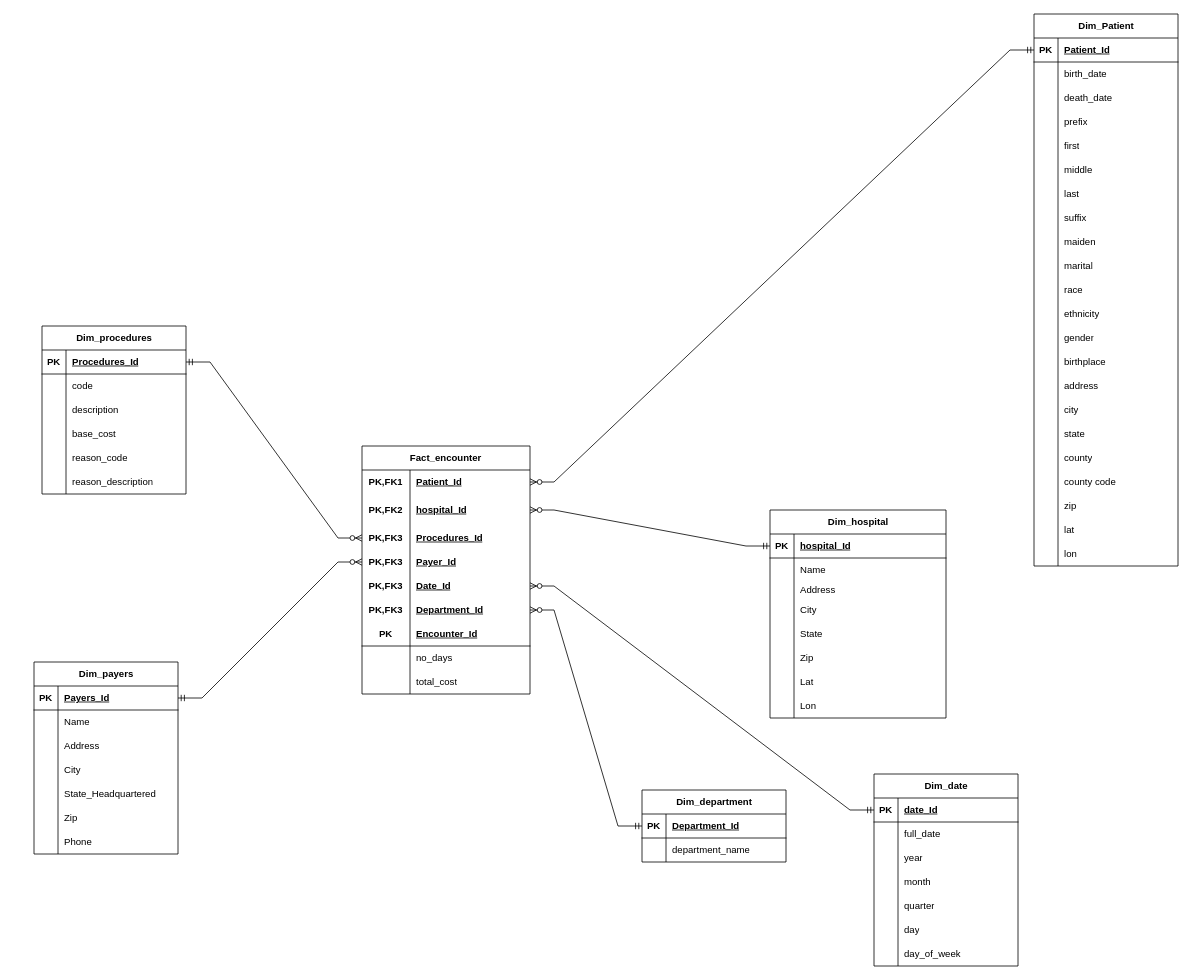
The draw.io diagram CA1_StarSchema.drawio in avira237/data-storage, before the edit. Source tidied: cells renumbered, new cells numbered last; positions are measured from the earlier drawing's top-left corner, leaving out a move shared by most shapes. Both pictures are drawn from the tidied source at 80%, with x=0, y=0 at pixel (34, 14).
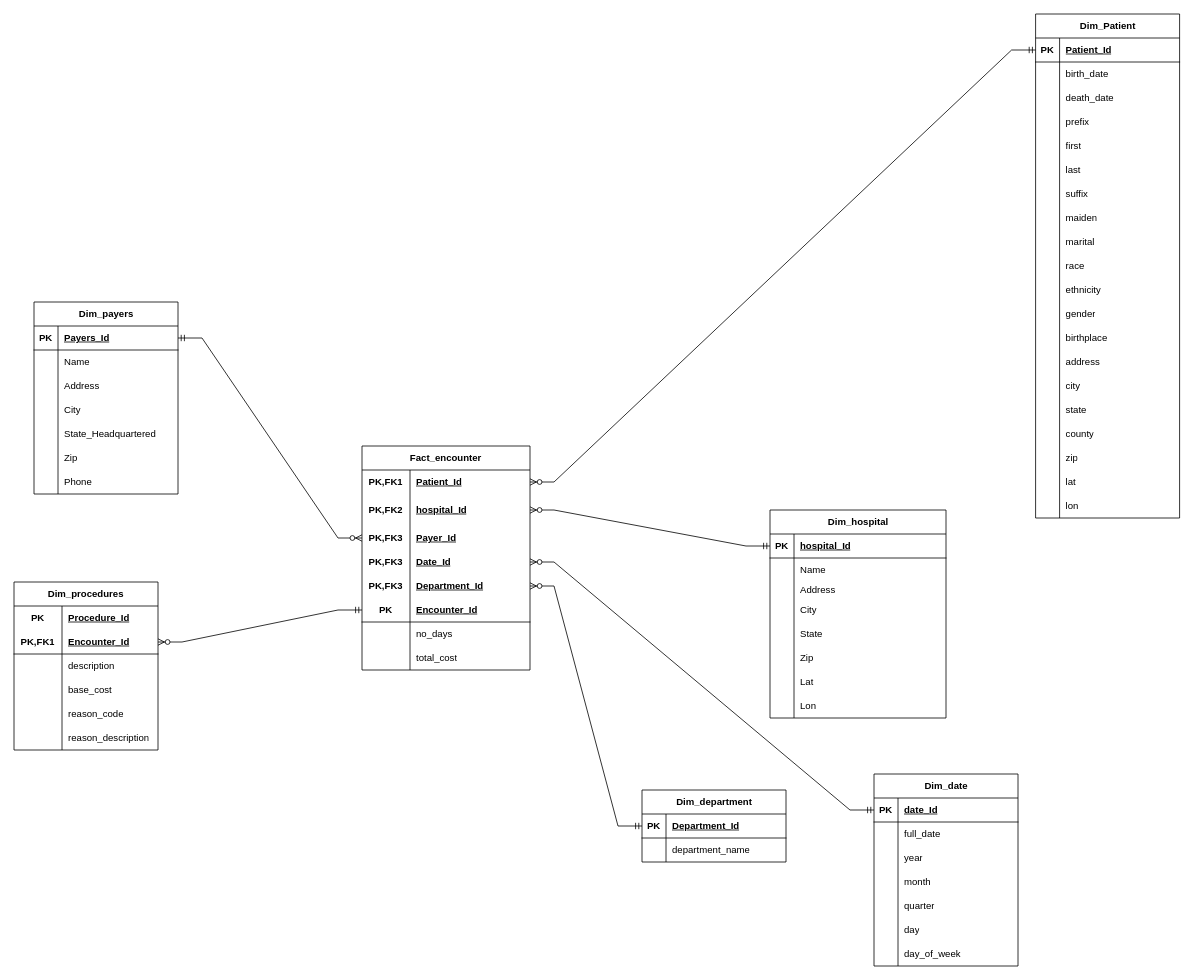
Above is the later version.

What changed in the source:
```diff
@@
-    <mxCell id="2" value="Dim_procedures" style="shape=table;startSize=30;childLayout=tableLayout;rowLines=0;fontStyle=1;align=center;html=1;" parent="1" vertex="1">
-      <mxGeometry x="10" y="390" width="180" height="210" as="geometry" />
-    </mxCell>
-    <mxCell id="3" style="shape=tableRow;horizontal=0;startSize=0;swimlaneHead=0;swimlaneBody=0;fillColor=none;points=[[0,0.5],[1,0.5]];portConstraint=eastwest;top=0;left=0;right=0;bottom=1;" parent="2" vertex="1">
-      <mxGeometry y="30" width="180" height="30" as="geometry" />
-    </mxCell>
-    <mxCell id="4" value="PK" style="shape=partialRectangle;fillColor=none;top=0;left=0;bottom=0;right=0;fontStyle=1;overflow=hidden;whiteSpace=wrap;html=1;" parent="3" vertex="1">
-      <mxGeometry width="30" height="30" as="geometry" />
-    </mxCell>
-    <mxCell id="5" value="Procedures_Id" style="shape=partialRectangle;fillColor=none;top=0;left=0;bottom=0;right=0;align=left;spacingLeft=6;fontStyle=5;overflow=hidden;whiteSpace=wrap;html=1;" parent="3" vertex="1">
-      <mxGeometry x="30" width="150" height="30" as="geometry" />
-    </mxCell>
-    <mxCell id="6" style="shape=tableRow;horizontal=0;startSize=0;swimlaneHead=0;swimlaneBody=0;fillColor=none;top=0;left=0;right=0;bottom=0;" parent="2" vertex="1">
-      <mxGeometry y="60" width="180" height="30" as="geometry" />
-    </mxCell>
-    <mxCell id="7" style="shape=partialRectangle;fillColor=none;top=0;left=0;bottom=0;right=0;overflow=hidden;whiteSpace=wrap;html=1;" parent="6" vertex="1">
-      <mxGeometry width="30" height="30" as="geometry" />
-    </mxCell>
-    <mxCell id="8" value="code" style="shape=partialRectangle;fillColor=none;top=0;left=0;bottom=0;right=0;align=left;spacingLeft=6;overflow=hidden;whiteSpace=wrap;html=1;" parent="6" vertex="1">
-      <mxGeometry x="30" width="150" height="30" as="geometry" />
-    </mxCell>
-    <mxCell id="9" style="shape=tableRow;horizontal=0;startSize=0;swimlaneHead=0;swimlaneBody=0;fillColor=none;top=0;left=0;right=0;bottom=0;" parent="2" vertex="1">
-      <mxGeometry y="90" width="180" height="30" as="geometry" />
-    </mxCell>
-    <mxCell id="10" style="shape=partialRectangle;fillColor=none;top=0;left=0;bottom=0;right=0;overflow=hidden;whiteSpace=wrap;html=1;" parent="9" vertex="1">
-      <mxGeometry width="30" height="30" as="geometry" />
-    </mxCell>
-    <mxCell id="11" value="description" style="shape=partialRectangle;fillColor=none;top=0;left=0;bottom=0;right=0;align=left;spacingLeft=6;overflow=hidden;whiteSpace=wrap;html=1;" parent="9" vertex="1">
-      <mxGeometry x="30" width="150" height="30" as="geometry" />
-    </mxCell>
-    <mxCell id="12" style="shape=tableRow;horizontal=0;startSize=0;swimlaneHead=0;swimlaneBody=0;fillColor=none;top=0;left=0;right=0;bottom=0;" parent="2" vertex="1">
-      <mxGeometry y="120" width="180" height="30" as="geometry" />
-    </mxCell>
-    <mxCell id="13" style="shape=partialRectangle;fillColor=none;top=0;left=0;bottom=0;right=0;overflow=hidden;whiteSpace=wrap;html=1;" parent="12" vertex="1">
-      <mxGeometry width="30" height="30" as="geometry" />
-    </mxCell>
-    <mxCell id="14" value="base_cost" style="shape=partialRectangle;fillColor=none;top=0;left=0;bottom=0;right=0;align=left;spacingLeft=6;overflow=hidden;whiteSpace=wrap;html=1;" parent="12" vertex="1">
-      <mxGeometry x="30" width="150" height="30" as="geometry" />
-    </mxCell>
-    <mxCell id="15" style="shape=tableRow;horizontal=0;startSize=0;swimlaneHead=0;swimlaneBody=0;fillColor=none;top=0;left=0;right=0;bottom=0;" parent="2" vertex="1">
-      <mxGeometry y="150" width="180" height="30" as="geometry" />
-    </mxCell>
-    <mxCell id="16" style="shape=partialRectangle;fillColor=none;top=0;left=0;bottom=0;right=0;overflow=hidden;whiteSpace=wrap;html=1;" parent="15" vertex="1">
-      <mxGeometry width="30" height="30" as="geometry" />
-    </mxCell>
-    <mxCell id="17" value="reason_code" style="shape=partialRectangle;fillColor=none;top=0;left=0;bottom=0;right=0;align=left;spacingLeft=6;overflow=hidden;whiteSpace=wrap;html=1;" parent="15" vertex="1">
-      <mxGeometry x="30" width="150" height="30" as="geometry" />
-    </mxCell>
-    <mxCell id="18" style="shape=tableRow;horizontal=0;startSize=0;swimlaneHead=0;swimlaneBody=0;fillColor=none;top=0;left=0;right=0;bottom=0;" parent="2" vertex="1">
-      <mxGeometry y="180" width="180" height="30" as="geometry" />
-    </mxCell>
-    <mxCell id="19" style="shape=partialRectangle;fillColor=none;top=0;left=0;bottom=0;right=0;overflow=hidden;whiteSpace=wrap;html=1;" parent="18" vertex="1">
-      <mxGeometry width="30" height="30" as="geometry" />
-    </mxCell>
-    <mxCell id="20" value="reason_description" style="shape=partialRectangle;fillColor=none;top=0;left=0;bottom=0;right=0;align=left;spacingLeft=6;overflow=hidden;whiteSpace=wrap;html=1;" parent="18" vertex="1">
-      <mxGeometry x="30" width="150" height="30" as="geometry" />
-    </mxCell>
@@
     <mxCell id="46" value="Dim_payers" style="shape=table;startSize=30;childLayout=tableLayout;rowLines=0;fontStyle=1;align=center;html=1;" parent="1" vertex="1">
-      <mxGeometry y="810" width="180" height="240" as="geometry" />
+      <mxGeometry y="360" width="180" height="240" as="geometry" />
     </mxCell>
@@
     <mxCell id="68" value="Dim_Patient" style="shape=table;startSize=30;childLayout=tableLayout;rowLines=0;fontStyle=1;align=center;html=1;" parent="1" vertex="1">
-      <mxGeometry x="1250" width="180" height="690" as="geometry" />
+      <mxGeometry x="1252" width="180" height="630" as="geometry" />
     </mxCell>
@@
-    <mxCell id="84" style="shape=tableRow;horizontal=0;startSize=0;swimlaneHead=0;swimlaneBody=0;fillColor=none;top=0;left=0;right=0;bottom=0;" parent="68" vertex="1">
-      <mxGeometry y="180" width="180" height="30" as="geometry" />
-    </mxCell>
-    <mxCell id="85" style="shape=partialRectangle;fillColor=none;top=0;left=0;bottom=0;right=0;overflow=hidden;whiteSpace=wrap;html=1;" parent="84" vertex="1">
-      <mxGeometry width="30" height="30" as="geometry" />
-    </mxCell>
-    <mxCell id="86" value="middle" style="shape=partialRectangle;fillColor=none;top=0;left=0;bottom=0;right=0;align=left;spacingLeft=6;overflow=hidden;whiteSpace=wrap;html=1;" parent="84" vertex="1">
-      <mxGeometry x="30" width="150" height="30" as="geometry" />
-    </mxCell>
     <mxCell id="87" style="shape=tableRow;horizontal=0;startSize=0;swimlaneHead=0;swimlaneBody=0;fillColor=none;top=0;left=0;right=0;bottom=0;" parent="68" vertex="1">
-      <mxGeometry y="210" width="180" height="30" as="geometry" />
+      <mxGeometry y="180" width="180" height="30" as="geometry" />
     </mxCell>
@@
     <mxCell id="90" style="shape=tableRow;horizontal=0;startSize=0;swimlaneHead=0;swimlaneBody=0;fillColor=none;top=0;left=0;right=0;bottom=0;" parent="68" vertex="1">
-      <mxGeometry y="240" width="180" height="30" as="geometry" />
+      <mxGeometry y="210" width="180" height="30" as="geometry" />
     </mxCell>
@@
     <mxCell id="93" style="shape=tableRow;horizontal=0;startSize=0;swimlaneHead=0;swimlaneBody=0;fillColor=none;top=0;left=0;right=0;bottom=0;" parent="68" vertex="1">
-      <mxGeometry y="270" width="180" height="30" as="geometry" />
+      <mxGeometry y="240" width="180" height="30" as="geometry" />
     </mxCell>
@@
     <mxCell id="96" style="shape=tableRow;horizontal=0;startSize=0;swimlaneHead=0;swimlaneBody=0;fillColor=none;top=0;left=0;right=0;bottom=0;" parent="68" vertex="1">
-      <mxGeometry y="300" width="180" height="30" as="geometry" />
+      <mxGeometry y="270" width="180" height="30" as="geometry" />
     </mxCell>
@@
     <mxCell id="99" style="shape=tableRow;horizontal=0;startSize=0;swimlaneHead=0;swimlaneBody=0;fillColor=none;top=0;left=0;right=0;bottom=0;" parent="68" vertex="1">
-      <mxGeometry y="330" width="180" height="30" as="geometry" />
+      <mxGeometry y="300" width="180" height="30" as="geometry" />
     </mxCell>
@@
     <mxCell id="102" style="shape=tableRow;horizontal=0;startSize=0;swimlaneHead=0;swimlaneBody=0;fillColor=none;top=0;left=0;right=0;bottom=0;" parent="68" vertex="1">
-      <mxGeometry y="360" width="180" height="30" as="geometry" />
+      <mxGeometry y="330" width="180" height="30" as="geometry" />
     </mxCell>
@@
     <mxCell id="105" style="shape=tableRow;horizontal=0;startSize=0;swimlaneHead=0;swimlaneBody=0;fillColor=none;top=0;left=0;right=0;bottom=0;" parent="68" vertex="1">
-      <mxGeometry y="390" width="180" height="30" as="geometry" />
+      <mxGeometry y="360" width="180" height="30" as="geometry" />
     </mxCell>
@@
     <mxCell id="108" style="shape=tableRow;horizontal=0;startSize=0;swimlaneHead=0;swimlaneBody=0;fillColor=none;top=0;left=0;right=0;bottom=0;" parent="68" vertex="1">
-      <mxGeometry y="420" width="180" height="30" as="geometry" />
+      <mxGeometry y="390" width="180" height="30" as="geometry" />
     </mxCell>
@@
     <mxCell id="111" style="shape=tableRow;horizontal=0;startSize=0;swimlaneHead=0;swimlaneBody=0;fillColor=none;top=0;left=0;right=0;bottom=0;" parent="68" vertex="1">
-      <mxGeometry y="450" width="180" height="30" as="geometry" />
+      <mxGeometry y="420" width="180" height="30" as="geometry" />
     </mxCell>
@@
     <mxCell id="114" style="shape=tableRow;horizontal=0;startSize=0;swimlaneHead=0;swimlaneBody=0;fillColor=none;top=0;left=0;right=0;bottom=0;" parent="68" vertex="1">
-      <mxGeometry y="480" width="180" height="30" as="geometry" />
+      <mxGeometry y="450" width="180" height="30" as="geometry" />
     </mxCell>
@@
     <mxCell id="117" style="shape=tableRow;horizontal=0;startSize=0;swimlaneHead=0;swimlaneBody=0;fillColor=none;top=0;left=0;right=0;bottom=0;" parent="68" vertex="1">
-      <mxGeometry y="510" width="180" height="30" as="geometry" />
+      <mxGeometry y="480" width="180" height="30" as="geometry" />
     </mxCell>
@@
     <mxCell id="120" style="shape=tableRow;horizontal=0;startSize=0;swimlaneHead=0;swimlaneBody=0;fillColor=none;top=0;left=0;right=0;bottom=0;" parent="68" vertex="1">
-      <mxGeometry y="540" width="180" height="30" as="geometry" />
+      <mxGeometry y="510" width="180" height="30" as="geometry" />
     </mxCell>
@@
-    <mxCell id="123" style="shape=tableRow;horizontal=0;startSize=0;swimlaneHead=0;swimlaneBody=0;fillColor=none;top=0;left=0;right=0;bottom=0;" parent="68" vertex="1">
-      <mxGeometry y="570" width="180" height="30" as="geometry" />
-    </mxCell>
-    <mxCell id="124" style="shape=partialRectangle;fillColor=none;top=0;left=0;bottom=0;right=0;overflow=hidden;whiteSpace=wrap;html=1;" parent="123" vertex="1">
-      <mxGeometry width="30" height="30" as="geometry" />
-    </mxCell>
-    <mxCell id="125" value="county code" style="shape=partialRectangle;fillColor=none;top=0;left=0;bottom=0;right=0;align=left;spacingLeft=6;overflow=hidden;whiteSpace=wrap;html=1;" parent="123" vertex="1">
-      <mxGeometry x="30" width="150" height="30" as="geometry" />
-    </mxCell>
     <mxCell id="126" style="shape=tableRow;horizontal=0;startSize=0;swimlaneHead=0;swimlaneBody=0;fillColor=none;top=0;left=0;right=0;bottom=0;" parent="68" vertex="1">
-      <mxGeometry y="600" width="180" height="30" as="geometry" />
+      <mxGeometry y="540" width="180" height="30" as="geometry" />
     </mxCell>
@@
     <mxCell id="129" style="shape=tableRow;horizontal=0;startSize=0;swimlaneHead=0;swimlaneBody=0;fillColor=none;top=0;left=0;right=0;bottom=0;" parent="68" vertex="1">
-      <mxGeometry y="630" width="180" height="30" as="geometry" />
+      <mxGeometry y="570" width="180" height="30" as="geometry" />
     </mxCell>
@@
     <mxCell id="132" style="shape=tableRow;horizontal=0;startSize=0;swimlaneHead=0;swimlaneBody=0;fillColor=none;top=0;left=0;right=0;bottom=0;" parent="68" vertex="1">
-      <mxGeometry y="660" width="180" height="30" as="geometry" />
+      <mxGeometry y="600" width="180" height="30" as="geometry" />
     </mxCell>
@@
     <mxCell id="135" value="Fact_encounter" style="shape=table;startSize=30;childLayout=tableLayout;rowLines=0;fontStyle=1;align=center;html=1;whiteSpace=wrap;" parent="1" vertex="1">
-      <mxGeometry x="410" y="540" width="210" height="310" as="geometry" />
+      <mxGeometry x="410" y="540" width="210" height="280" as="geometry" />
     </mxCell>
@@
-    <mxCell id="142" style="shape=tableRow;horizontal=0;startSize=0;swimlaneHead=0;swimlaneBody=0;fillColor=none;points=[[0,0.5],[1,0.5]];portConstraint=eastwest;top=0;left=0;right=0;bottom=0;html=1;" parent="135" vertex="1">
-      <mxGeometry y="100" width="210" height="30" as="geometry" />
-    </mxCell>
-    <mxCell id="143" value="PK,FK3" style="shape=partialRectangle;fillColor=none;top=0;left=0;bottom=0;right=0;fontStyle=1;overflow=hidden;html=1;whiteSpace=wrap;" parent="142" vertex="1">
-      <mxGeometry width="60" height="30" as="geometry" />
-    </mxCell>
-    <mxCell id="144" value="Procedures_Id" style="shape=partialRectangle;fillColor=none;top=0;left=0;bottom=0;right=0;align=left;spacingLeft=6;fontStyle=5;overflow=hidden;html=1;whiteSpace=wrap;" parent="142" vertex="1">
-      <mxGeometry x="60" width="150" height="30" as="geometry" />
-    </mxCell>
     <mxCell id="145" style="shape=tableRow;horizontal=0;startSize=0;swimlaneHead=0;swimlaneBody=0;fillColor=none;points=[[0,0.5],[1,0.5]];portConstraint=eastwest;top=0;left=0;right=0;bottom=0;html=1;" parent="135" vertex="1">
-      <mxGeometry y="130" width="210" height="30" as="geometry" />
+      <mxGeometry y="100" width="210" height="30" as="geometry" />
     </mxCell>
@@
     <mxCell id="148" style="shape=tableRow;horizontal=0;startSize=0;swimlaneHead=0;swimlaneBody=0;fillColor=none;points=[[0,0.5],[1,0.5]];portConstraint=eastwest;top=0;left=0;right=0;bottom=0;html=1;" parent="135" vertex="1">
-      <mxGeometry y="160" width="210" height="30" as="geometry" />
+      <mxGeometry y="130" width="210" height="30" as="geometry" />
     </mxCell>
@@
     <mxCell id="151" style="shape=tableRow;horizontal=0;startSize=0;swimlaneHead=0;swimlaneBody=0;fillColor=none;points=[[0,0.5],[1,0.5]];portConstraint=eastwest;top=0;left=0;right=0;bottom=0;html=1;" parent="135" vertex="1">
-      <mxGeometry y="190" width="210" height="30" as="geometry" />
+      <mxGeometry y="160" width="210" height="30" as="geometry" />
     </mxCell>
@@
     <mxCell id="154" style="shape=tableRow;horizontal=0;startSize=0;swimlaneHead=0;swimlaneBody=0;fillColor=none;points=[[0,0.5],[1,0.5]];portConstraint=eastwest;top=0;left=0;right=0;bottom=1;" parent="135" vertex="1">
-      <mxGeometry y="220" width="210" height="30" as="geometry" />
+      <mxGeometry y="190" width="210" height="30" as="geometry" />
     </mxCell>
@@
     <mxCell id="157" style="shape=tableRow;horizontal=0;startSize=0;swimlaneHead=0;swimlaneBody=0;fillColor=none;top=0;left=0;right=0;bottom=0;html=1;" parent="135" vertex="1">
-      <mxGeometry y="250" width="210" height="30" as="geometry" />
+      <mxGeometry y="220" width="210" height="30" as="geometry" />
     </mxCell>
@@
     <mxCell id="160" style="shape=tableRow;horizontal=0;startSize=0;swimlaneHead=0;swimlaneBody=0;fillColor=none;top=0;left=0;right=0;bottom=0;html=1;" parent="135" vertex="1">
-      <mxGeometry y="280" width="210" height="30" as="geometry" />
+      <mxGeometry y="250" width="210" height="30" as="geometry" />
     </mxCell>
@@
-    <mxCell id="186" style="edgeStyle=entityRelationEdgeStyle;fontSize=12;html=1;endArrow=ERzeroToMany;startArrow=ERmandOne;rounded=0;entryX=0;entryY=0.5;entryDx=0;entryDy=0;exitX=1;exitY=0.5;exitDx=0;exitDy=0;" parent="1" edge="1" source="3" target="142">
-      <mxGeometry relative="1" as="geometry" />
-    </mxCell>
@@
+    <mxCell id="2" value="&lt;span style=&quot;text-wrap-mode: nowrap;&quot;&gt;Dim_procedures&lt;/span&gt;" style="shape=table;startSize=30;childLayout=tableLayout;rowLines=0;fontStyle=1;align=center;html=1;whiteSpace=wrap;" parent="1" vertex="1">
+      <mxGeometry x="-25" y="710" width="180" height="210" as="geometry" />
+    </mxCell>
+    <mxCell id="198" style="shape=tableRow;horizontal=0;startSize=0;swimlaneHead=0;swimlaneBody=0;fillColor=none;top=0;left=0;right=0;bottom=0;html=1;" parent="2" vertex="1">
+      <mxGeometry y="30" width="180" height="30" as="geometry" />
+    </mxCell>
+    <mxCell id="4" value="PK" style="shape=partialRectangle;fillColor=none;top=0;left=0;bottom=0;right=0;fontStyle=1;overflow=hidden;html=1;whiteSpace=wrap;" parent="198" vertex="1">
+      <mxGeometry width="60" height="30" as="geometry" />
+    </mxCell>
+    <mxCell id="199" value="Procedure_Id" style="shape=partialRectangle;fillColor=none;top=0;left=0;bottom=0;right=0;align=left;spacingLeft=6;fontStyle=5;overflow=hidden;html=1;whiteSpace=wrap;" parent="198" vertex="1">
+      <mxGeometry x="60" width="120" height="30" as="geometry" />
+    </mxCell>
+    <mxCell id="200" style="shape=tableRow;horizontal=0;startSize=0;swimlaneHead=0;swimlaneBody=0;fillColor=none;points=[[0,0.5],[1,0.5]];portConstraint=eastwest;top=0;left=0;right=0;bottom=1;html=1;" parent="2" vertex="1">
+      <mxGeometry y="60" width="180" height="30" as="geometry" />
+    </mxCell>
+    <mxCell id="201" value="PK,FK1" style="shape=partialRectangle;fillColor=none;top=0;left=0;bottom=0;right=0;fontStyle=1;overflow=hidden;html=1;whiteSpace=wrap;" parent="200" vertex="1">
+      <mxGeometry width="60" height="30" as="geometry" />
+    </mxCell>
+    <mxCell id="202" value="Encounter_Id" style="shape=partialRectangle;fillColor=none;top=0;left=0;bottom=0;right=0;align=left;spacingLeft=6;fontStyle=5;overflow=hidden;html=1;whiteSpace=wrap;" parent="200" vertex="1">
+      <mxGeometry x="60" width="120" height="30" as="geometry" />
+    </mxCell>
+    <mxCell id="203" style="shape=tableRow;horizontal=0;startSize=0;swimlaneHead=0;swimlaneBody=0;fillColor=none;top=0;left=0;right=0;bottom=0;html=1;" parent="2" vertex="1">
+      <mxGeometry y="90" width="180" height="30" as="geometry" />
+    </mxCell>
+    <mxCell id="204" style="shape=partialRectangle;fillColor=none;top=0;left=0;bottom=0;right=0;overflow=hidden;html=1;whiteSpace=wrap;" parent="203" vertex="1">
+      <mxGeometry width="60" height="30" as="geometry" />
+    </mxCell>
+    <mxCell id="11" value="description" style="shape=partialRectangle;fillColor=none;top=0;left=0;bottom=0;right=0;align=left;spacingLeft=6;overflow=hidden;html=1;whiteSpace=wrap;" parent="203" vertex="1">
+      <mxGeometry x="60" width="120" height="30" as="geometry" />
+    </mxCell>
+    <mxCell id="205" style="shape=tableRow;horizontal=0;startSize=0;swimlaneHead=0;swimlaneBody=0;fillColor=none;top=0;left=0;right=0;bottom=0;html=1;" parent="2" vertex="1">
+      <mxGeometry y="120" width="180" height="30" as="geometry" />
+    </mxCell>
+    <mxCell id="206" style="shape=partialRectangle;fillColor=none;top=0;left=0;bottom=0;right=0;overflow=hidden;html=1;whiteSpace=wrap;" parent="205" vertex="1">
+      <mxGeometry width="60" height="30" as="geometry" />
+    </mxCell>
+    <mxCell id="14" value="base_cost" style="shape=partialRectangle;fillColor=none;top=0;left=0;bottom=0;right=0;align=left;spacingLeft=6;overflow=hidden;html=1;whiteSpace=wrap;" parent="205" vertex="1">
+      <mxGeometry x="60" width="120" height="30" as="geometry" />
+    </mxCell>
+    <mxCell id="207" style="shape=tableRow;horizontal=0;startSize=0;swimlaneHead=0;swimlaneBody=0;fillColor=none;top=0;left=0;right=0;bottom=0;html=1;" parent="2" vertex="1">
+      <mxGeometry y="150" width="180" height="30" as="geometry" />
+    </mxCell>
+    <mxCell id="208" style="shape=partialRectangle;fillColor=none;top=0;left=0;bottom=0;right=0;overflow=hidden;html=1;whiteSpace=wrap;" parent="207" vertex="1">
+      <mxGeometry width="60" height="30" as="geometry" />
+    </mxCell>
+    <mxCell id="17" value="reason_code" style="shape=partialRectangle;fillColor=none;top=0;left=0;bottom=0;right=0;align=left;spacingLeft=6;overflow=hidden;html=1;whiteSpace=wrap;" parent="207" vertex="1">
+      <mxGeometry x="60" width="120" height="30" as="geometry" />
+    </mxCell>
+    <mxCell id="209" style="shape=tableRow;horizontal=0;startSize=0;swimlaneHead=0;swimlaneBody=0;fillColor=none;top=0;left=0;right=0;bottom=0;html=1;" parent="2" vertex="1">
+      <mxGeometry y="180" width="180" height="30" as="geometry" />
+    </mxCell>
+    <mxCell id="210" style="shape=partialRectangle;fillColor=none;top=0;left=0;bottom=0;right=0;overflow=hidden;html=1;whiteSpace=wrap;" parent="209" vertex="1">
+      <mxGeometry width="60" height="30" as="geometry" />
+    </mxCell>
+    <mxCell id="20" value="reason_description" style="shape=partialRectangle;fillColor=none;top=0;left=0;bottom=0;right=0;align=left;spacingLeft=6;overflow=hidden;html=1;whiteSpace=wrap;" parent="209" vertex="1">
+      <mxGeometry x="60" width="120" height="30" as="geometry" />
+    </mxCell>
+    <mxCell id="211" style="edgeStyle=entityRelationEdgeStyle;fontSize=12;html=1;endArrow=ERzeroToMany;startArrow=ERmandOne;rounded=0;entryX=1;entryY=0.5;entryDx=0;entryDy=0;exitX=0;exitY=0.5;exitDx=0;exitDy=0;" parent="1" edge="1" source="154" target="200">
+      <mxGeometry relative="1" as="geometry" />
+    </mxCell>
```
